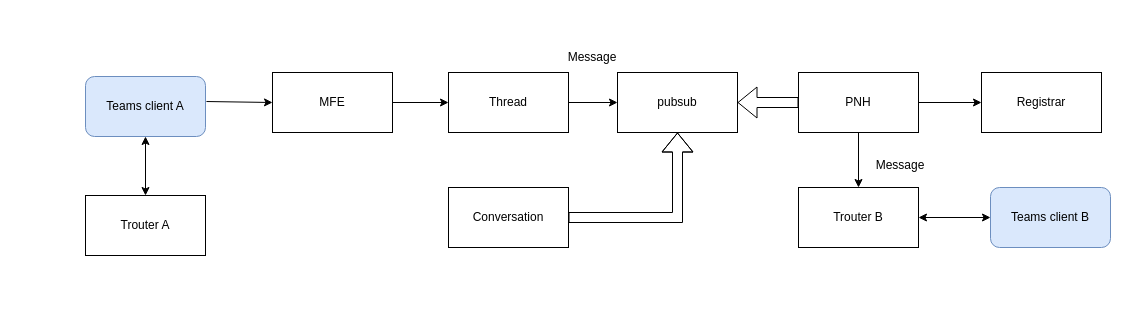
Before: Stamp Diagram.drawio in nonly/timewheel, a draw.io diagram. Source tidied: cells renumbered, new cells numbered last; positions are measured from the earlier drawing's top-left corner, leaving out a move shared by most shapes. Both pictures are drawn from the tidied source at 100%, with x=0, y=0 at pixel (85, 42).
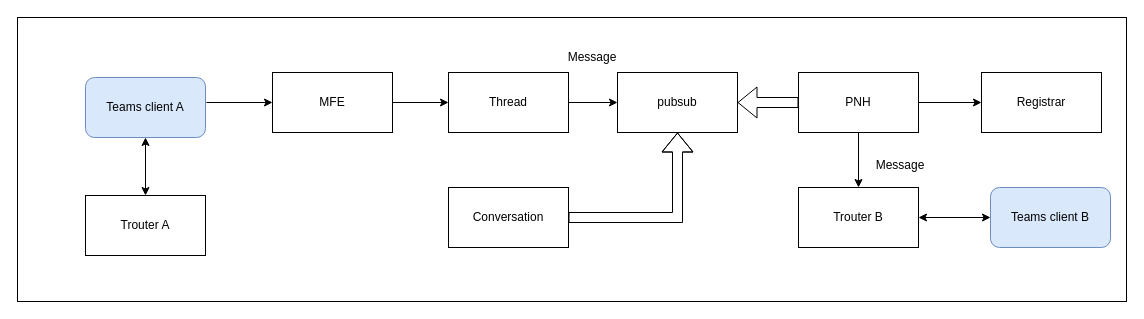
After the change.

What changed in the source:
```diff
@@
+    <mxCell id="23" style="rounded=0;whiteSpace=wrap;html=1;" parent="1" vertex="1">
+      <mxGeometry x="-68" y="-25" width="1109" height="284" as="geometry" />
+    </mxCell>
     <mxCell id="2" value="Teams client A" style="rounded=1;whiteSpace=wrap;html=1;fillColor=#dae8fc;strokeColor=#6c8ebf;" parent="1" vertex="1">
-      <mxGeometry y="34" width="120" height="60" as="geometry" />
+      <mxGeometry y="35" width="120" height="60" as="geometry" />
     </mxCell>
```
